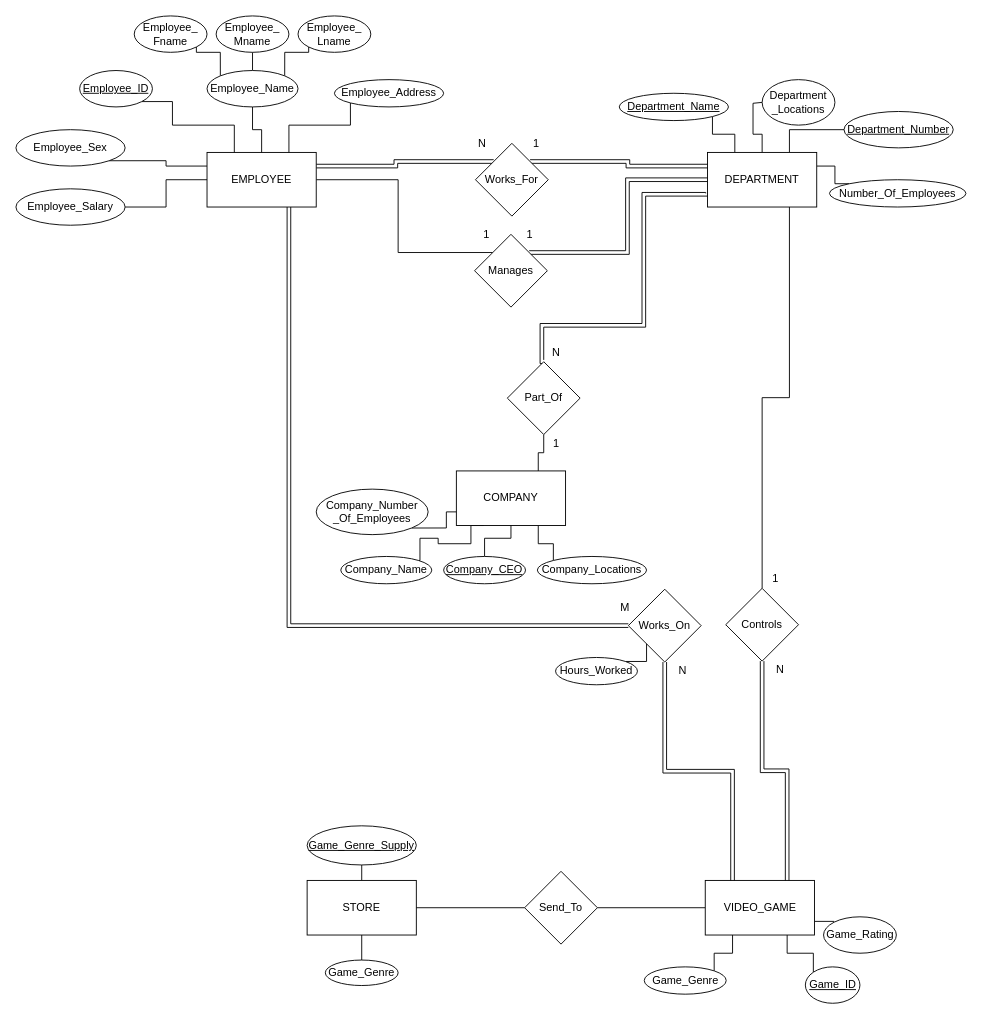
CameronWFox/College_Courses keeps this draw.io diagram as page "ER_Diagram" (1 of 5) of Computer_Science_CS/4700_Database_Management/Database Management Project Enitity Relationship Diagram.drawio. Above is the earlier version. Source tidied: cells renumbered, new cells numbered last; positions are measured from the earlier drawing's top-left corner, leaving out a move shared by most shapes. Both pictures are drawn from the tidied source at 91%, with x=0, y=0 at pixel (15, 15).
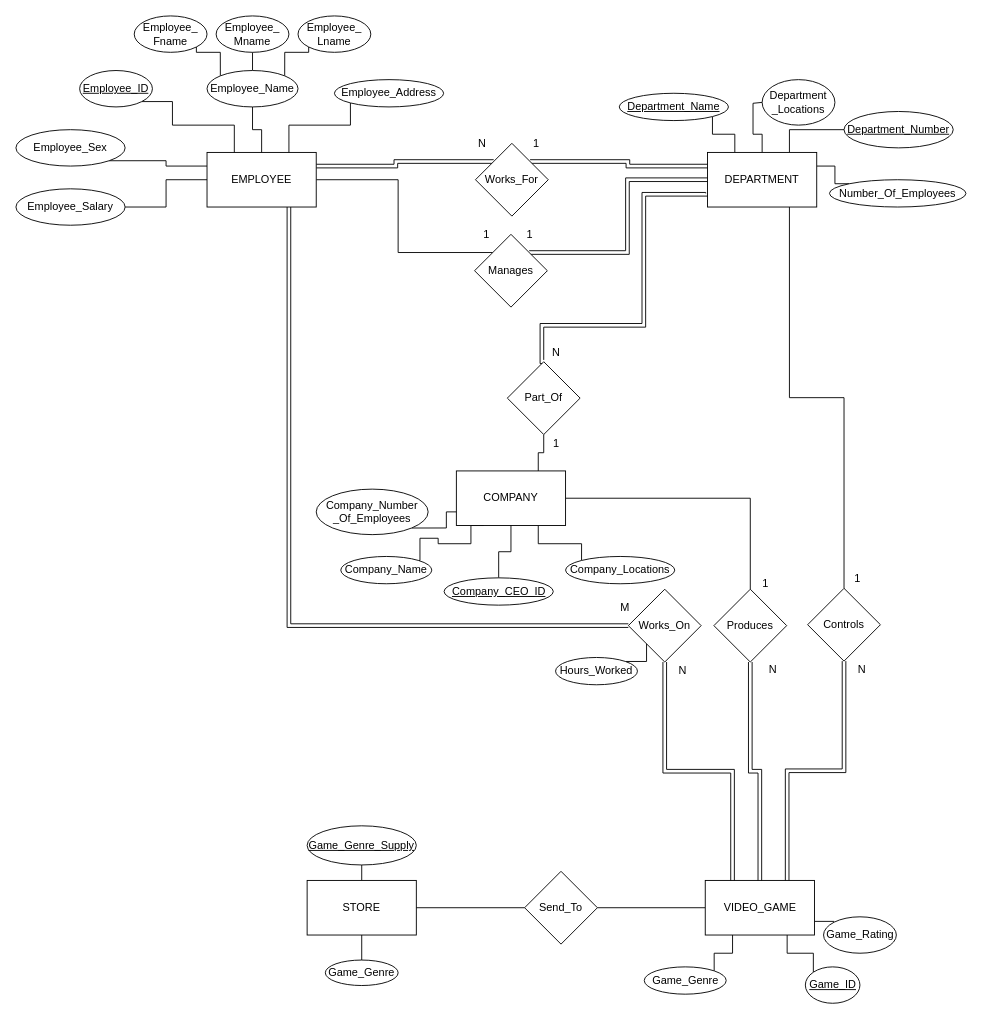
The same page after the edit.

The change refers to these unchanged cells:
```xml
<mxCell id="4" value="COMPANY" style="rounded=0;whiteSpace=wrap;html=1;" parent="1" vertex="1">
  <mxGeometry x="484" y="500" width="120" height="60" as="geometry" />
</mxCell>
<mxCell id="20" value="VIDEO_GAME" style="rounded=0;whiteSpace=wrap;html=1;" parent="1" vertex="1">
  <mxGeometry x="757.5" y="950" width="120" height="60" as="geometry" />
</mxCell>
```

Change to the diagram source:
```diff
@@
+    <mxCell id="79" style="edgeStyle=orthogonalEdgeStyle;rounded=0;jettySize=auto;html=1;exitX=1;exitY=0.5;exitDx=0;exitDy=0;entryX=0.5;entryY=0;entryDx=0;entryDy=0;startArrow=none;startFill=0;endArrow=none;endFill=0;" parent="1" edge="1" source="4" target="81">
+      <mxGeometry relative="1" as="geometry" />
+    </mxCell>
@@
-    <mxCell id="43" value="Company_CEO" style="ellipse;whiteSpace=wrap;html=1;fontStyle=4;" parent="1" vertex="1">
-      <mxGeometry x="470" y="594" width="90" height="30" as="geometry" />
+    <mxCell id="43" value="Company_CEO_ID" style="ellipse;whiteSpace=wrap;html=1;fontStyle=4;" parent="1" vertex="1">
+      <mxGeometry x="470.5" y="617.5" width="120" height="30" as="geometry" />
     </mxCell>
@@
     <mxCell id="48" value="Company_Locations" style="ellipse;whiteSpace=wrap;html=1;" parent="1" vertex="1">
-      <mxGeometry x="573" y="594" width="120" height="30" as="geometry" />
+      <mxGeometry x="604" y="594" width="120" height="30" as="geometry" />
     </mxCell>
@@
     <mxCell id="50" value="Controls" style="rhombus;whiteSpace=wrap;html=1;" parent="1" vertex="1">
-      <mxGeometry x="780" y="629" width="80" height="80" as="geometry" />
+      <mxGeometry x="870" y="629" width="80" height="80" as="geometry" />
     </mxCell>
@@
     <mxCell id="65" value="1" style="text;html=1;strokeColor=none;fillColor=none;align=center;verticalAlign=middle;whiteSpace=wrap;rounded=0;" parent="1" vertex="1">
-      <mxGeometry x="830" y="609" width="10" height="20" as="geometry" />
+      <mxGeometry x="920" y="609" width="10" height="20" as="geometry" />
     </mxCell>
     <mxCell id="66" value="N" style="text;html=1;strokeColor=none;fillColor=none;align=center;verticalAlign=middle;whiteSpace=wrap;rounded=0;" parent="1" vertex="1">
-      <mxGeometry x="830" y="709" width="20" height="20" as="geometry" />
+      <mxGeometry x="920" y="709" width="20" height="20" as="geometry" />
     </mxCell>
@@
+    <mxCell id="80" style="edgeStyle=orthogonalEdgeStyle;rounded=0;jettySize=auto;html=1;exitX=0.5;exitY=1;exitDx=0;exitDy=0;entryX=0.5;entryY=0;entryDx=0;entryDy=0;startArrow=none;startFill=0;endArrow=classic;endFill=1;shape=link;" parent="1" edge="1" source="81" target="20">
+      <mxGeometry relative="1" as="geometry" />
+    </mxCell>
+    <mxCell id="81" value="Produces" style="rhombus;whiteSpace=wrap;html=1;" parent="1" vertex="1">
+      <mxGeometry x="767" y="630" width="80" height="80" as="geometry" />
+    </mxCell>
+    <mxCell id="82" value="1" style="text;html=1;strokeColor=none;fillColor=none;align=center;verticalAlign=middle;whiteSpace=wrap;rounded=0;" parent="1" vertex="1">
+      <mxGeometry x="817.5" y="614" width="12" height="20" as="geometry" />
+    </mxCell>
+    <mxCell id="83" value="N" style="text;html=1;strokeColor=none;fillColor=none;align=center;verticalAlign=middle;whiteSpace=wrap;rounded=0;" parent="1" vertex="1">
+      <mxGeometry x="820.5" y="709" width="22" height="20" as="geometry" />
+    </mxCell>
```
